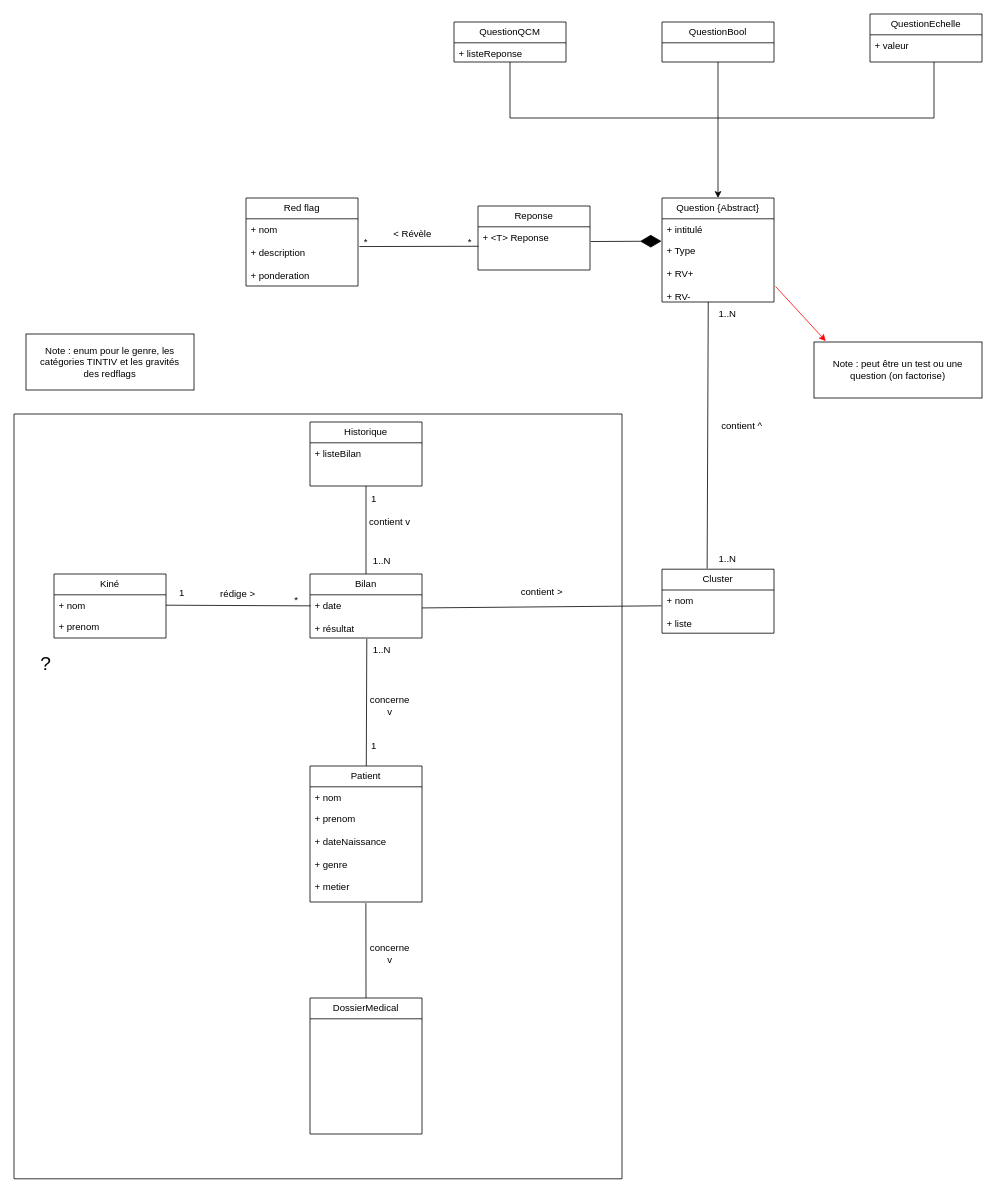
Before: KineStat/Doc/Analyse/DiagClasse/diagramme_de_classe.drawio in Abyssalt/kinestat, a draw.io diagram. Source tidied: cells renumbered, new cells numbered last; positions are measured from the earlier drawing's top-left corner, leaving out a move shared by most shapes. Both pictures are drawn from the tidied source at 80%, with x=0, y=0 at pixel (14, 14).
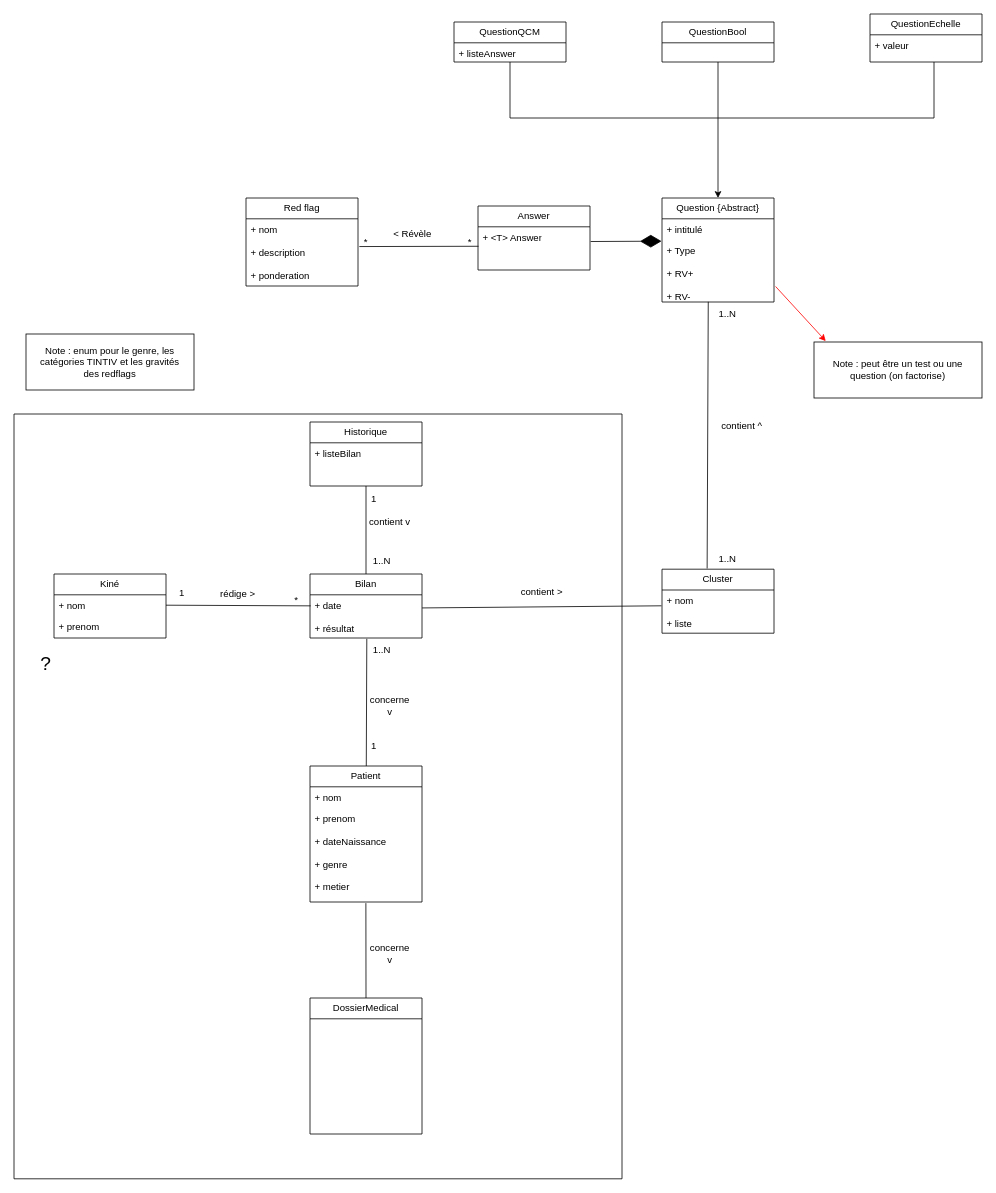
Above is the later version.

Commit message (it also covers changes not shown here):
feat(QuestionQCMModel) : add new class QuestionQCMModel

Unchanged cells that the change refers to:
```xml
<mxCell id="37" value="QuestionQCM" style="swimlane;fontStyle=0;horizontal=1;startSize=26;fillColor=none;whiteSpace=wrap;html=1;" parent="1" vertex="1">
  <mxGeometry x="550" y="10" width="140" height="50" as="geometry" />
</mxCell>
```

Diff of the diagram source:
```diff
@@
-    <mxCell id="38" value="+ listeReponse&lt;div&gt;&lt;div&gt;&lt;br&gt;&lt;/div&gt;&lt;div&gt;&lt;div&gt;&lt;br&gt;&lt;/div&gt;&lt;/div&gt;&lt;/div&gt;" style="text;strokeColor=none;fillColor=none;align=left;verticalAlign=top;spacingLeft=4;spacingRight=4;overflow=hidden;whiteSpace=wrap;html=1;" parent="37" vertex="1">
+    <mxCell id="38" value="+ listeAnswer&lt;div&gt;&lt;div&gt;&lt;br&gt;&lt;/div&gt;&lt;div&gt;&lt;div&gt;&lt;br&gt;&lt;/div&gt;&lt;/div&gt;&lt;/div&gt;" style="text;strokeColor=none;fillColor=none;align=left;verticalAlign=top;spacingLeft=4;spacingRight=4;overflow=hidden;whiteSpace=wrap;html=1;" parent="37" vertex="1">
       <mxGeometry y="26" width="140" height="24" as="geometry" />
     </mxCell>
@@
-    <mxCell id="44" value="Reponse" style="swimlane;fontStyle=0;horizontal=1;startSize=26;fillColor=none;whiteSpace=wrap;html=1;" parent="1" vertex="1">
+    <mxCell id="44" value="Answer" style="swimlane;fontStyle=0;horizontal=1;startSize=26;fillColor=none;whiteSpace=wrap;html=1;" parent="1" vertex="1">
       <mxGeometry x="580" y="240" width="140" height="80" as="geometry" />
     </mxCell>
-    <mxCell id="45" value="+ &amp;lt;T&amp;gt; Reponse" style="text;strokeColor=none;fillColor=none;align=left;verticalAlign=top;spacingLeft=4;spacingRight=4;overflow=hidden;points=[[0,0.5],[1,0.5]];portConstraint=eastwest;whiteSpace=wrap;html=1;" parent="44" vertex="1">
+    <mxCell id="45" value="+ &amp;lt;T&amp;gt; Answer" style="text;strokeColor=none;fillColor=none;align=left;verticalAlign=top;spacingLeft=4;spacingRight=4;overflow=hidden;points=[[0,0.5],[1,0.5]];portConstraint=eastwest;whiteSpace=wrap;html=1;" parent="44" vertex="1">
       <mxGeometry y="26" width="140" height="54" as="geometry" />
     </mxCell>
```
